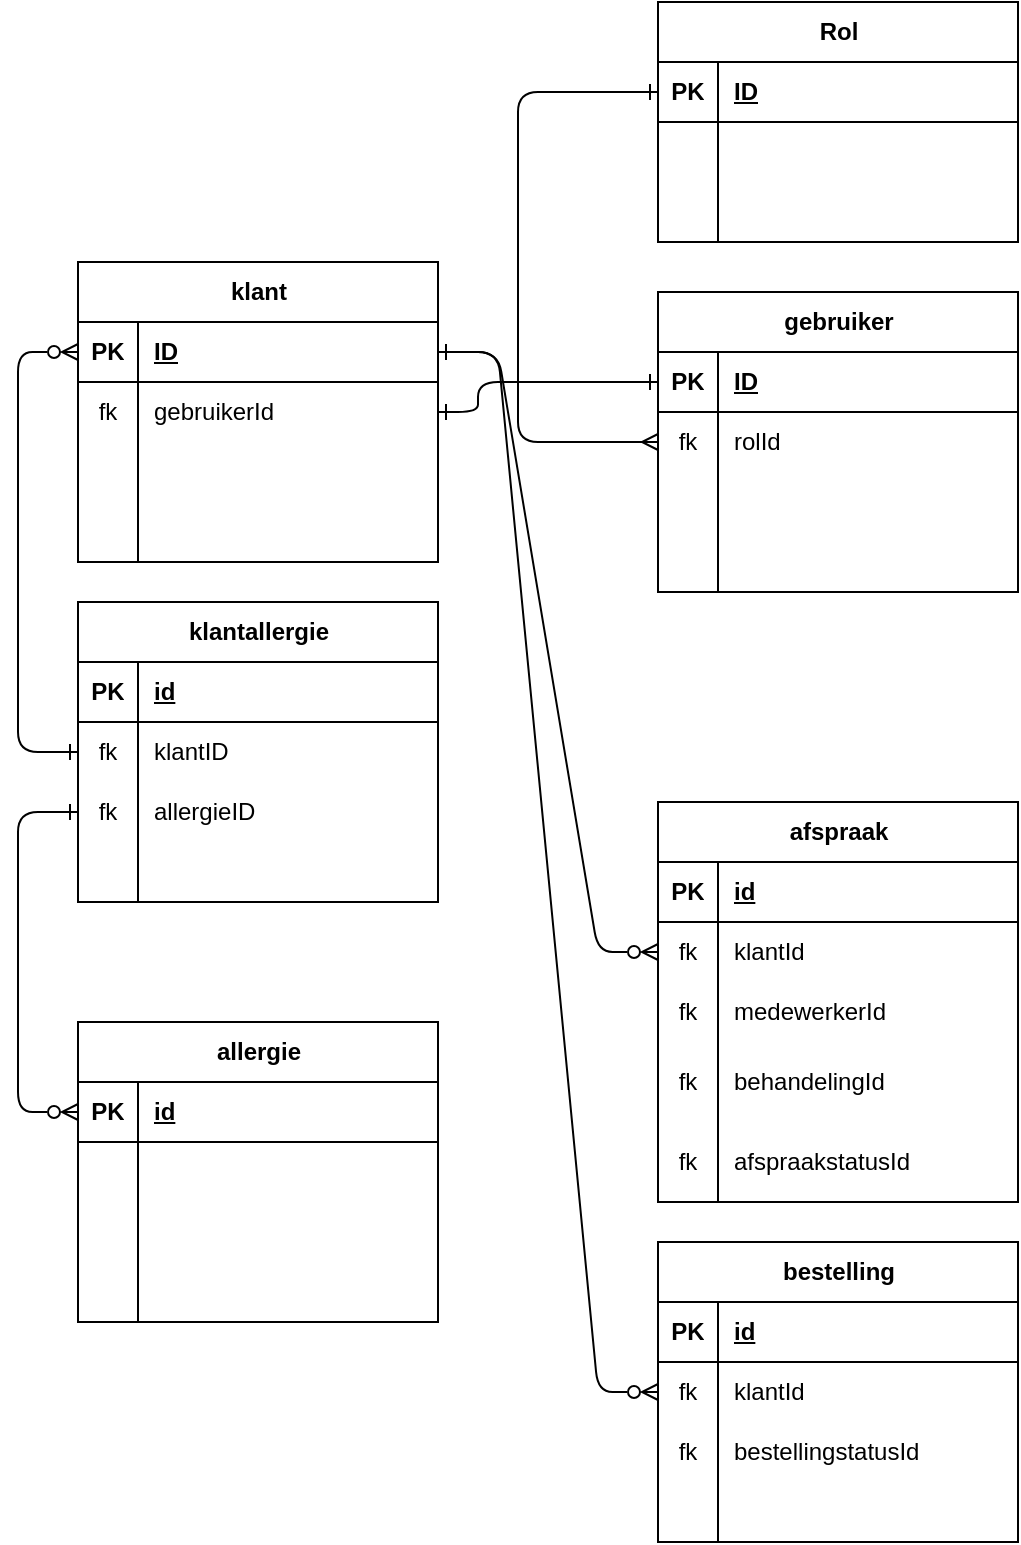
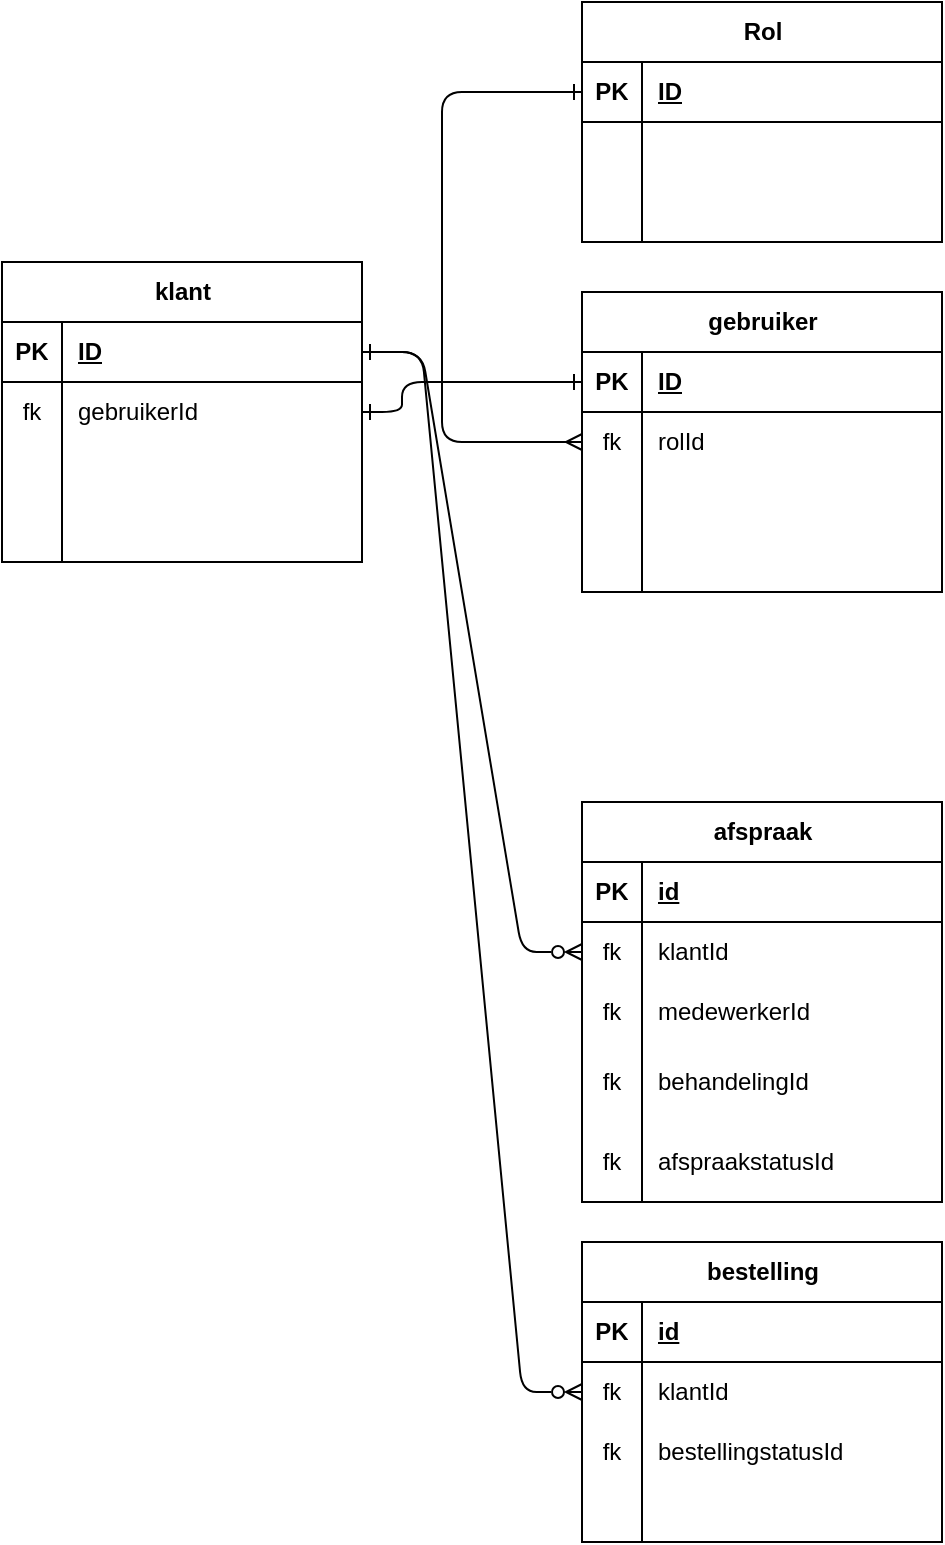
<mxfile host="65bd71144e">
    <diagram id="H3gLuhVYFdg_8JEVHkmw" name="Page-1">
-         <mxGraphModel dx="734" dy="502" grid="1" gridSize="10" guides="1" tooltips="1" connect="1" arrows="1" fold="1" page="1" pageScale="1" pageWidth="850" pageHeight="1100" math="0" shadow="0">
+         <mxGraphModel dx="1135" dy="420" grid="1" gridSize="10" guides="1" tooltips="1" connect="1" arrows="1" fold="1" page="1" pageScale="1" pageWidth="850" pageHeight="1100" math="0" shadow="0">
            <root>
                <mxCell id="0"/>
                <mxCell id="1" parent="0"/>
                <mxCell id="2" value="Rol" style="shape=table;startSize=30;container=1;collapsible=1;childLayout=tableLayout;fixedRows=1;rowLines=0;fontStyle=1;align=center;resizeLast=1;html=1;" vertex="1" parent="1">
                    <mxGeometry x="930" y="100" width="180" height="120" as="geometry"/>
                </mxCell>
                <mxCell id="3" value="" style="shape=tableRow;horizontal=0;startSize=0;swimlaneHead=0;swimlaneBody=0;fillColor=none;collapsible=0;dropTarget=0;points=[[0,0.5],[1,0.5]];portConstraint=eastwest;top=0;left=0;right=0;bottom=1;" vertex="1" parent="2">
                    <mxGeometry y="30" width="180" height="30" as="geometry"/>
                </mxCell>
                <mxCell id="4" value="PK" style="shape=partialRectangle;connectable=0;fillColor=none;top=0;left=0;bottom=0;right=0;fontStyle=1;overflow=hidden;whiteSpace=wrap;html=1;" vertex="1" parent="3">
                    <mxGeometry width="30" height="30" as="geometry">
                        <mxRectangle width="30" height="30" as="alternateBounds"/>
                    </mxGeometry>
                </mxCell>
                <mxCell id="5" value="ID" style="shape=partialRectangle;connectable=0;fillColor=none;top=0;left=0;bottom=0;right=0;align=left;spacingLeft=6;fontStyle=5;overflow=hidden;whiteSpace=wrap;html=1;" vertex="1" parent="3">
                    <mxGeometry x="30" width="150" height="30" as="geometry">
                        <mxRectangle width="150" height="30" as="alternateBounds"/>
                    </mxGeometry>
                </mxCell>
                <mxCell id="6" value="" style="shape=tableRow;horizontal=0;startSize=0;swimlaneHead=0;swimlaneBody=0;fillColor=none;collapsible=0;dropTarget=0;points=[[0,0.5],[1,0.5]];portConstraint=eastwest;top=0;left=0;right=0;bottom=0;" vertex="1" parent="2">
                    <mxGeometry y="60" width="180" height="30" as="geometry"/>
                </mxCell>
                <mxCell id="7" value="" style="shape=partialRectangle;connectable=0;fillColor=none;top=0;left=0;bottom=0;right=0;editable=1;overflow=hidden;whiteSpace=wrap;html=1;" vertex="1" parent="6">
                    <mxGeometry width="30" height="30" as="geometry">
                        <mxRectangle width="30" height="30" as="alternateBounds"/>
                    </mxGeometry>
                </mxCell>
                <mxCell id="8" value="" style="shape=partialRectangle;connectable=0;fillColor=none;top=0;left=0;bottom=0;right=0;align=left;spacingLeft=6;overflow=hidden;whiteSpace=wrap;html=1;" vertex="1" parent="6">
                    <mxGeometry x="30" width="150" height="30" as="geometry">
                        <mxRectangle width="150" height="30" as="alternateBounds"/>
                    </mxGeometry>
                </mxCell>
                <mxCell id="9" value="" style="shape=tableRow;horizontal=0;startSize=0;swimlaneHead=0;swimlaneBody=0;fillColor=none;collapsible=0;dropTarget=0;points=[[0,0.5],[1,0.5]];portConstraint=eastwest;top=0;left=0;right=0;bottom=0;" vertex="1" parent="2">
                    <mxGeometry y="90" width="180" height="30" as="geometry"/>
                </mxCell>
                <mxCell id="10" value="" style="shape=partialRectangle;connectable=0;fillColor=none;top=0;left=0;bottom=0;right=0;editable=1;overflow=hidden;whiteSpace=wrap;html=1;" vertex="1" parent="9">
                    <mxGeometry width="30" height="30" as="geometry">
                        <mxRectangle width="30" height="30" as="alternateBounds"/>
                    </mxGeometry>
                </mxCell>
                <mxCell id="11" value="" style="shape=partialRectangle;connectable=0;fillColor=none;top=0;left=0;bottom=0;right=0;align=left;spacingLeft=6;overflow=hidden;whiteSpace=wrap;html=1;" vertex="1" parent="9">
                    <mxGeometry x="30" width="150" height="30" as="geometry">
                        <mxRectangle width="150" height="30" as="alternateBounds"/>
                    </mxGeometry>
                </mxCell>
                <mxCell id="12" value="klant" style="shape=table;startSize=30;container=1;collapsible=1;childLayout=tableLayout;fixedRows=1;rowLines=0;fontStyle=1;align=center;resizeLast=1;html=1;" vertex="1" parent="1">
                    <mxGeometry x="640" y="230" width="180" height="150" as="geometry"/>
                </mxCell>
                <mxCell id="13" value="" style="shape=tableRow;horizontal=0;startSize=0;swimlaneHead=0;swimlaneBody=0;fillColor=none;collapsible=0;dropTarget=0;points=[[0,0.5],[1,0.5]];portConstraint=eastwest;top=0;left=0;right=0;bottom=1;" vertex="1" parent="12">
                    <mxGeometry y="30" width="180" height="30" as="geometry"/>
                </mxCell>
                <mxCell id="14" value="PK" style="shape=partialRectangle;connectable=0;fillColor=none;top=0;left=0;bottom=0;right=0;fontStyle=1;overflow=hidden;whiteSpace=wrap;html=1;" vertex="1" parent="13">
                    <mxGeometry width="30" height="30" as="geometry">
                        <mxRectangle width="30" height="30" as="alternateBounds"/>
                    </mxGeometry>
                </mxCell>
                <mxCell id="15" value="ID" style="shape=partialRectangle;connectable=0;fillColor=none;top=0;left=0;bottom=0;right=0;align=left;spacingLeft=6;fontStyle=5;overflow=hidden;whiteSpace=wrap;html=1;" vertex="1" parent="13">
                    <mxGeometry x="30" width="150" height="30" as="geometry">
                        <mxRectangle width="150" height="30" as="alternateBounds"/>
                    </mxGeometry>
                </mxCell>
                <mxCell id="16" value="" style="shape=tableRow;horizontal=0;startSize=0;swimlaneHead=0;swimlaneBody=0;fillColor=none;collapsible=0;dropTarget=0;points=[[0,0.5],[1,0.5]];portConstraint=eastwest;top=0;left=0;right=0;bottom=0;" vertex="1" parent="12">
                    <mxGeometry y="60" width="180" height="30" as="geometry"/>
                </mxCell>
                <mxCell id="17" value="fk" style="shape=partialRectangle;connectable=0;fillColor=none;top=0;left=0;bottom=0;right=0;editable=1;overflow=hidden;whiteSpace=wrap;html=1;" vertex="1" parent="16">
                    <mxGeometry width="30" height="30" as="geometry">
                        <mxRectangle width="30" height="30" as="alternateBounds"/>
                    </mxGeometry>
                </mxCell>
                <mxCell id="18" value="gebruikerId" style="shape=partialRectangle;connectable=0;fillColor=none;top=0;left=0;bottom=0;right=0;align=left;spacingLeft=6;overflow=hidden;whiteSpace=wrap;html=1;" vertex="1" parent="16">
                    <mxGeometry x="30" width="150" height="30" as="geometry">
                        <mxRectangle width="150" height="30" as="alternateBounds"/>
                    </mxGeometry>
                </mxCell>
                <mxCell id="19" value="" style="shape=tableRow;horizontal=0;startSize=0;swimlaneHead=0;swimlaneBody=0;fillColor=none;collapsible=0;dropTarget=0;points=[[0,0.5],[1,0.5]];portConstraint=eastwest;top=0;left=0;right=0;bottom=0;" vertex="1" parent="12">
                    <mxGeometry y="90" width="180" height="30" as="geometry"/>
                </mxCell>
                <mxCell id="20" value="" style="shape=partialRectangle;connectable=0;fillColor=none;top=0;left=0;bottom=0;right=0;editable=1;overflow=hidden;whiteSpace=wrap;html=1;" vertex="1" parent="19">
                    <mxGeometry width="30" height="30" as="geometry">
                        <mxRectangle width="30" height="30" as="alternateBounds"/>
                    </mxGeometry>
                </mxCell>
                <mxCell id="21" value="" style="shape=partialRectangle;connectable=0;fillColor=none;top=0;left=0;bottom=0;right=0;align=left;spacingLeft=6;overflow=hidden;whiteSpace=wrap;html=1;" vertex="1" parent="19">
                    <mxGeometry x="30" width="150" height="30" as="geometry">
                        <mxRectangle width="150" height="30" as="alternateBounds"/>
                    </mxGeometry>
                </mxCell>
                <mxCell id="22" value="" style="shape=tableRow;horizontal=0;startSize=0;swimlaneHead=0;swimlaneBody=0;fillColor=none;collapsible=0;dropTarget=0;points=[[0,0.5],[1,0.5]];portConstraint=eastwest;top=0;left=0;right=0;bottom=0;" vertex="1" parent="12">
                    <mxGeometry y="120" width="180" height="30" as="geometry"/>
                </mxCell>
                <mxCell id="23" value="" style="shape=partialRectangle;connectable=0;fillColor=none;top=0;left=0;bottom=0;right=0;editable=1;overflow=hidden;whiteSpace=wrap;html=1;" vertex="1" parent="22">
                    <mxGeometry width="30" height="30" as="geometry">
                        <mxRectangle width="30" height="30" as="alternateBounds"/>
                    </mxGeometry>
                </mxCell>
                <mxCell id="24" value="" style="shape=partialRectangle;connectable=0;fillColor=none;top=0;left=0;bottom=0;right=0;align=left;spacingLeft=6;overflow=hidden;whiteSpace=wrap;html=1;" vertex="1" parent="22">
                    <mxGeometry x="30" width="150" height="30" as="geometry">
                        <mxRectangle width="150" height="30" as="alternateBounds"/>
                    </mxGeometry>
                </mxCell>
                <mxCell id="25" value="gebruiker" style="shape=table;startSize=30;container=1;collapsible=1;childLayout=tableLayout;fixedRows=1;rowLines=0;fontStyle=1;align=center;resizeLast=1;html=1;" vertex="1" parent="1">
                    <mxGeometry x="930" y="245" width="180" height="150" as="geometry"/>
                </mxCell>
                <mxCell id="26" value="" style="shape=tableRow;horizontal=0;startSize=0;swimlaneHead=0;swimlaneBody=0;fillColor=none;collapsible=0;dropTarget=0;points=[[0,0.5],[1,0.5]];portConstraint=eastwest;top=0;left=0;right=0;bottom=1;" vertex="1" parent="25">
                    <mxGeometry y="30" width="180" height="30" as="geometry"/>
                </mxCell>
                <mxCell id="27" value="PK" style="shape=partialRectangle;connectable=0;fillColor=none;top=0;left=0;bottom=0;right=0;fontStyle=1;overflow=hidden;whiteSpace=wrap;html=1;" vertex="1" parent="26">
                    <mxGeometry width="30" height="30" as="geometry">
                        <mxRectangle width="30" height="30" as="alternateBounds"/>
                    </mxGeometry>
                </mxCell>
                <mxCell id="28" value="ID" style="shape=partialRectangle;connectable=0;fillColor=none;top=0;left=0;bottom=0;right=0;align=left;spacingLeft=6;fontStyle=5;overflow=hidden;whiteSpace=wrap;html=1;" vertex="1" parent="26">
                    <mxGeometry x="30" width="150" height="30" as="geometry">
                        <mxRectangle width="150" height="30" as="alternateBounds"/>
                    </mxGeometry>
                </mxCell>
                <mxCell id="29" value="" style="shape=tableRow;horizontal=0;startSize=0;swimlaneHead=0;swimlaneBody=0;fillColor=none;collapsible=0;dropTarget=0;points=[[0,0.5],[1,0.5]];portConstraint=eastwest;top=0;left=0;right=0;bottom=0;" vertex="1" parent="25">
                    <mxGeometry y="60" width="180" height="30" as="geometry"/>
                </mxCell>
                <mxCell id="30" value="fk" style="shape=partialRectangle;connectable=0;fillColor=none;top=0;left=0;bottom=0;right=0;editable=1;overflow=hidden;whiteSpace=wrap;html=1;" vertex="1" parent="29">
                    <mxGeometry width="30" height="30" as="geometry">
                        <mxRectangle width="30" height="30" as="alternateBounds"/>
                    </mxGeometry>
                </mxCell>
                <mxCell id="31" value="rolId" style="shape=partialRectangle;connectable=0;fillColor=none;top=0;left=0;bottom=0;right=0;align=left;spacingLeft=6;overflow=hidden;whiteSpace=wrap;html=1;" vertex="1" parent="29">
                    <mxGeometry x="30" width="150" height="30" as="geometry">
                        <mxRectangle width="150" height="30" as="alternateBounds"/>
                    </mxGeometry>
                </mxCell>
                <mxCell id="32" value="" style="shape=tableRow;horizontal=0;startSize=0;swimlaneHead=0;swimlaneBody=0;fillColor=none;collapsible=0;dropTarget=0;points=[[0,0.5],[1,0.5]];portConstraint=eastwest;top=0;left=0;right=0;bottom=0;" vertex="1" parent="25">
                    <mxGeometry y="90" width="180" height="30" as="geometry"/>
                </mxCell>
                <mxCell id="33" value="" style="shape=partialRectangle;connectable=0;fillColor=none;top=0;left=0;bottom=0;right=0;editable=1;overflow=hidden;whiteSpace=wrap;html=1;" vertex="1" parent="32">
                    <mxGeometry width="30" height="30" as="geometry">
                        <mxRectangle width="30" height="30" as="alternateBounds"/>
                    </mxGeometry>
                </mxCell>
                <mxCell id="34" value="" style="shape=partialRectangle;connectable=0;fillColor=none;top=0;left=0;bottom=0;right=0;align=left;spacingLeft=6;overflow=hidden;whiteSpace=wrap;html=1;" vertex="1" parent="32">
                    <mxGeometry x="30" width="150" height="30" as="geometry">
                        <mxRectangle width="150" height="30" as="alternateBounds"/>
                    </mxGeometry>
                </mxCell>
                <mxCell id="35" value="" style="shape=tableRow;horizontal=0;startSize=0;swimlaneHead=0;swimlaneBody=0;fillColor=none;collapsible=0;dropTarget=0;points=[[0,0.5],[1,0.5]];portConstraint=eastwest;top=0;left=0;right=0;bottom=0;" vertex="1" parent="25">
                    <mxGeometry y="120" width="180" height="30" as="geometry"/>
                </mxCell>
                <mxCell id="36" value="" style="shape=partialRectangle;connectable=0;fillColor=none;top=0;left=0;bottom=0;right=0;editable=1;overflow=hidden;whiteSpace=wrap;html=1;" vertex="1" parent="35">
                    <mxGeometry width="30" height="30" as="geometry">
                        <mxRectangle width="30" height="30" as="alternateBounds"/>
                    </mxGeometry>
                </mxCell>
                <mxCell id="37" value="" style="shape=partialRectangle;connectable=0;fillColor=none;top=0;left=0;bottom=0;right=0;align=left;spacingLeft=6;overflow=hidden;whiteSpace=wrap;html=1;" vertex="1" parent="35">
-                     <mxGeometry x="30" width="150" height="30" as="geometry">
-                         <mxRectangle width="150" height="30" as="alternateBounds"/>
-                     </mxGeometry>
-                 </mxCell>
-                 <mxCell id="51" value="allergie" style="shape=table;startSize=30;container=1;collapsible=1;childLayout=tableLayout;fixedRows=1;rowLines=0;fontStyle=1;align=center;resizeLast=1;html=1;" vertex="1" parent="1">
-                     <mxGeometry x="640" y="610" width="180" height="150" as="geometry"/>
-                 </mxCell>
-                 <mxCell id="52" value="" style="shape=tableRow;horizontal=0;startSize=0;swimlaneHead=0;swimlaneBody=0;fillColor=none;collapsible=0;dropTarget=0;points=[[0,0.5],[1,0.5]];portConstraint=eastwest;top=0;left=0;right=0;bottom=1;" vertex="1" parent="51">
-                     <mxGeometry y="30" width="180" height="30" as="geometry"/>
-                 </mxCell>
-                 <mxCell id="53" value="PK" style="shape=partialRectangle;connectable=0;fillColor=none;top=0;left=0;bottom=0;right=0;fontStyle=1;overflow=hidden;whiteSpace=wrap;html=1;" vertex="1" parent="52">
-                     <mxGeometry width="30" height="30" as="geometry">
-                         <mxRectangle width="30" height="30" as="alternateBounds"/>
-                     </mxGeometry>
-                 </mxCell>
-                 <mxCell id="54" value="id" style="shape=partialRectangle;connectable=0;fillColor=none;top=0;left=0;bottom=0;right=0;align=left;spacingLeft=6;fontStyle=5;overflow=hidden;whiteSpace=wrap;html=1;" vertex="1" parent="52">
-                     <mxGeometry x="30" width="150" height="30" as="geometry">
-                         <mxRectangle width="150" height="30" as="alternateBounds"/>
-                     </mxGeometry>
-                 </mxCell>
-                 <mxCell id="55" value="" style="shape=tableRow;horizontal=0;startSize=0;swimlaneHead=0;swimlaneBody=0;fillColor=none;collapsible=0;dropTarget=0;points=[[0,0.5],[1,0.5]];portConstraint=eastwest;top=0;left=0;right=0;bottom=0;" vertex="1" parent="51">
-                     <mxGeometry y="60" width="180" height="30" as="geometry"/>
-                 </mxCell>
-                 <mxCell id="56" value="" style="shape=partialRectangle;connectable=0;fillColor=none;top=0;left=0;bottom=0;right=0;editable=1;overflow=hidden;whiteSpace=wrap;html=1;" vertex="1" parent="55">
-                     <mxGeometry width="30" height="30" as="geometry">
-                         <mxRectangle width="30" height="30" as="alternateBounds"/>
-                     </mxGeometry>
-                 </mxCell>
-                 <mxCell id="57" value="" style="shape=partialRectangle;connectable=0;fillColor=none;top=0;left=0;bottom=0;right=0;align=left;spacingLeft=6;overflow=hidden;whiteSpace=wrap;html=1;" vertex="1" parent="55">
-                     <mxGeometry x="30" width="150" height="30" as="geometry">
-                         <mxRectangle width="150" height="30" as="alternateBounds"/>
-                     </mxGeometry>
-                 </mxCell>
-                 <mxCell id="58" value="" style="shape=tableRow;horizontal=0;startSize=0;swimlaneHead=0;swimlaneBody=0;fillColor=none;collapsible=0;dropTarget=0;points=[[0,0.5],[1,0.5]];portConstraint=eastwest;top=0;left=0;right=0;bottom=0;" vertex="1" parent="51">
-                     <mxGeometry y="90" width="180" height="30" as="geometry"/>
-                 </mxCell>
-                 <mxCell id="59" value="" style="shape=partialRectangle;connectable=0;fillColor=none;top=0;left=0;bottom=0;right=0;editable=1;overflow=hidden;whiteSpace=wrap;html=1;" vertex="1" parent="58">
-                     <mxGeometry width="30" height="30" as="geometry">
-                         <mxRectangle width="30" height="30" as="alternateBounds"/>
-                     </mxGeometry>
-                 </mxCell>
-                 <mxCell id="60" value="" style="shape=partialRectangle;connectable=0;fillColor=none;top=0;left=0;bottom=0;right=0;align=left;spacingLeft=6;overflow=hidden;whiteSpace=wrap;html=1;" vertex="1" parent="58">
-                     <mxGeometry x="30" width="150" height="30" as="geometry">
-                         <mxRectangle width="150" height="30" as="alternateBounds"/>
-                     </mxGeometry>
-                 </mxCell>
-                 <mxCell id="61" value="" style="shape=tableRow;horizontal=0;startSize=0;swimlaneHead=0;swimlaneBody=0;fillColor=none;collapsible=0;dropTarget=0;points=[[0,0.5],[1,0.5]];portConstraint=eastwest;top=0;left=0;right=0;bottom=0;" vertex="1" parent="51">
-                     <mxGeometry y="120" width="180" height="30" as="geometry"/>
-                 </mxCell>
-                 <mxCell id="62" value="" style="shape=partialRectangle;connectable=0;fillColor=none;top=0;left=0;bottom=0;right=0;editable=1;overflow=hidden;whiteSpace=wrap;html=1;" vertex="1" parent="61">
-                     <mxGeometry width="30" height="30" as="geometry">
-                         <mxRectangle width="30" height="30" as="alternateBounds"/>
-                     </mxGeometry>
-                 </mxCell>
-                 <mxCell id="63" value="" style="shape=partialRectangle;connectable=0;fillColor=none;top=0;left=0;bottom=0;right=0;align=left;spacingLeft=6;overflow=hidden;whiteSpace=wrap;html=1;" vertex="1" parent="61">
-                     <mxGeometry x="30" width="150" height="30" as="geometry">
-                         <mxRectangle width="150" height="30" as="alternateBounds"/>
-                     </mxGeometry>
-                 </mxCell>
-                 <mxCell id="64" value="klantallergie" style="shape=table;startSize=30;container=1;collapsible=1;childLayout=tableLayout;fixedRows=1;rowLines=0;fontStyle=1;align=center;resizeLast=1;html=1;" vertex="1" parent="1">
-                     <mxGeometry x="640" y="400" width="180" height="150" as="geometry"/>
-                 </mxCell>
-                 <mxCell id="65" value="" style="shape=tableRow;horizontal=0;startSize=0;swimlaneHead=0;swimlaneBody=0;fillColor=none;collapsible=0;dropTarget=0;points=[[0,0.5],[1,0.5]];portConstraint=eastwest;top=0;left=0;right=0;bottom=1;" vertex="1" parent="64">
-                     <mxGeometry y="30" width="180" height="30" as="geometry"/>
-                 </mxCell>
-                 <mxCell id="66" value="PK" style="shape=partialRectangle;connectable=0;fillColor=none;top=0;left=0;bottom=0;right=0;fontStyle=1;overflow=hidden;whiteSpace=wrap;html=1;" vertex="1" parent="65">
-                     <mxGeometry width="30" height="30" as="geometry">
-                         <mxRectangle width="30" height="30" as="alternateBounds"/>
-                     </mxGeometry>
-                 </mxCell>
-                 <mxCell id="67" value="id&lt;span style=&quot;white-space: pre;&quot;&gt;&#x9;&lt;/span&gt;" style="shape=partialRectangle;connectable=0;fillColor=none;top=0;left=0;bottom=0;right=0;align=left;spacingLeft=6;fontStyle=5;overflow=hidden;whiteSpace=wrap;html=1;" vertex="1" parent="65">
-                     <mxGeometry x="30" width="150" height="30" as="geometry">
-                         <mxRectangle width="150" height="30" as="alternateBounds"/>
-                     </mxGeometry>
-                 </mxCell>
-                 <mxCell id="68" value="" style="shape=tableRow;horizontal=0;startSize=0;swimlaneHead=0;swimlaneBody=0;fillColor=none;collapsible=0;dropTarget=0;points=[[0,0.5],[1,0.5]];portConstraint=eastwest;top=0;left=0;right=0;bottom=0;" vertex="1" parent="64">
-                     <mxGeometry y="60" width="180" height="30" as="geometry"/>
-                 </mxCell>
-                 <mxCell id="69" value="fk" style="shape=partialRectangle;connectable=0;fillColor=none;top=0;left=0;bottom=0;right=0;editable=1;overflow=hidden;whiteSpace=wrap;html=1;" vertex="1" parent="68">
-                     <mxGeometry width="30" height="30" as="geometry">
-                         <mxRectangle width="30" height="30" as="alternateBounds"/>
-                     </mxGeometry>
-                 </mxCell>
-                 <mxCell id="70" value="klantID" style="shape=partialRectangle;connectable=0;fillColor=none;top=0;left=0;bottom=0;right=0;align=left;spacingLeft=6;overflow=hidden;whiteSpace=wrap;html=1;" vertex="1" parent="68">
-                     <mxGeometry x="30" width="150" height="30" as="geometry">
-                         <mxRectangle width="150" height="30" as="alternateBounds"/>
-                     </mxGeometry>
-                 </mxCell>
-                 <mxCell id="71" value="" style="shape=tableRow;horizontal=0;startSize=0;swimlaneHead=0;swimlaneBody=0;fillColor=none;collapsible=0;dropTarget=0;points=[[0,0.5],[1,0.5]];portConstraint=eastwest;top=0;left=0;right=0;bottom=0;" vertex="1" parent="64">
-                     <mxGeometry y="90" width="180" height="30" as="geometry"/>
-                 </mxCell>
-                 <mxCell id="72" value="fk" style="shape=partialRectangle;connectable=0;fillColor=none;top=0;left=0;bottom=0;right=0;editable=1;overflow=hidden;whiteSpace=wrap;html=1;" vertex="1" parent="71">
-                     <mxGeometry width="30" height="30" as="geometry">
-                         <mxRectangle width="30" height="30" as="alternateBounds"/>
-                     </mxGeometry>
-                 </mxCell>
-                 <mxCell id="73" value="allergieID" style="shape=partialRectangle;connectable=0;fillColor=none;top=0;left=0;bottom=0;right=0;align=left;spacingLeft=6;overflow=hidden;whiteSpace=wrap;html=1;" vertex="1" parent="71">
-                     <mxGeometry x="30" width="150" height="30" as="geometry">
-                         <mxRectangle width="150" height="30" as="alternateBounds"/>
-                     </mxGeometry>
-                 </mxCell>
-                 <mxCell id="74" value="" style="shape=tableRow;horizontal=0;startSize=0;swimlaneHead=0;swimlaneBody=0;fillColor=none;collapsible=0;dropTarget=0;points=[[0,0.5],[1,0.5]];portConstraint=eastwest;top=0;left=0;right=0;bottom=0;" vertex="1" parent="64">
-                     <mxGeometry y="120" width="180" height="30" as="geometry"/>
-                 </mxCell>
-                 <mxCell id="75" value="" style="shape=partialRectangle;connectable=0;fillColor=none;top=0;left=0;bottom=0;right=0;editable=1;overflow=hidden;whiteSpace=wrap;html=1;" vertex="1" parent="74">
-                     <mxGeometry width="30" height="30" as="geometry">
-                         <mxRectangle width="30" height="30" as="alternateBounds"/>
-                     </mxGeometry>
-                 </mxCell>
-                 <mxCell id="76" value="" style="shape=partialRectangle;connectable=0;fillColor=none;top=0;left=0;bottom=0;right=0;align=left;spacingLeft=6;overflow=hidden;whiteSpace=wrap;html=1;" vertex="1" parent="74">
                    <mxGeometry x="30" width="150" height="30" as="geometry">
                        <mxRectangle width="150" height="30" as="alternateBounds"/>
                    </mxGeometry>
                </mxCell>
                <mxCell id="202" value="afspraak" style="shape=table;startSize=30;container=1;collapsible=1;childLayout=tableLayout;fixedRows=1;rowLines=0;fontStyle=1;align=center;resizeLast=1;html=1;" vertex="1" parent="1">
                    <mxGeometry x="930" y="500" width="180" height="200" as="geometry">
                        <mxRectangle x="980" y="1470" width="90" height="30" as="alternateBounds"/>
                    </mxGeometry>
                </mxCell>
                <mxCell id="203" value="" style="shape=tableRow;horizontal=0;startSize=0;swimlaneHead=0;swimlaneBody=0;fillColor=none;collapsible=0;dropTarget=0;points=[[0,0.5],[1,0.5]];portConstraint=eastwest;top=0;left=0;right=0;bottom=1;" vertex="1" parent="202">
                    <mxGeometry y="30" width="180" height="30" as="geometry"/>
                </mxCell>
                <mxCell id="204" value="PK" style="shape=partialRectangle;connectable=0;fillColor=none;top=0;left=0;bottom=0;right=0;fontStyle=1;overflow=hidden;whiteSpace=wrap;html=1;" vertex="1" parent="203">
                    <mxGeometry width="30" height="30" as="geometry">
                        <mxRectangle width="30" height="30" as="alternateBounds"/>
                    </mxGeometry>
                </mxCell>
                <mxCell id="205" value="id" style="shape=partialRectangle;connectable=0;fillColor=none;top=0;left=0;bottom=0;right=0;align=left;spacingLeft=6;fontStyle=5;overflow=hidden;whiteSpace=wrap;html=1;" vertex="1" parent="203">
                    <mxGeometry x="30" width="150" height="30" as="geometry">
                        <mxRectangle width="150" height="30" as="alternateBounds"/>
                    </mxGeometry>
                </mxCell>
                <mxCell id="206" value="" style="shape=tableRow;horizontal=0;startSize=0;swimlaneHead=0;swimlaneBody=0;fillColor=none;collapsible=0;dropTarget=0;points=[[0,0.5],[1,0.5]];portConstraint=eastwest;top=0;left=0;right=0;bottom=0;" vertex="1" parent="202">
                    <mxGeometry y="60" width="180" height="30" as="geometry"/>
                </mxCell>
                <mxCell id="207" value="fk" style="shape=partialRectangle;connectable=0;fillColor=none;top=0;left=0;bottom=0;right=0;editable=1;overflow=hidden;whiteSpace=wrap;html=1;" vertex="1" parent="206">
                    <mxGeometry width="30" height="30" as="geometry">
                        <mxRectangle width="30" height="30" as="alternateBounds"/>
                    </mxGeometry>
                </mxCell>
                <mxCell id="208" value="klantId" style="shape=partialRectangle;connectable=0;fillColor=none;top=0;left=0;bottom=0;right=0;align=left;spacingLeft=6;overflow=hidden;whiteSpace=wrap;html=1;" vertex="1" parent="206">
                    <mxGeometry x="30" width="150" height="30" as="geometry">
                        <mxRectangle width="150" height="30" as="alternateBounds"/>
                    </mxGeometry>
                </mxCell>
                <mxCell id="209" value="" style="shape=tableRow;horizontal=0;startSize=0;swimlaneHead=0;swimlaneBody=0;fillColor=none;collapsible=0;dropTarget=0;points=[[0,0.5],[1,0.5]];portConstraint=eastwest;top=0;left=0;right=0;bottom=0;" vertex="1" parent="202">
                    <mxGeometry y="90" width="180" height="30" as="geometry"/>
                </mxCell>
                <mxCell id="210" value="fk" style="shape=partialRectangle;connectable=0;fillColor=none;top=0;left=0;bottom=0;right=0;editable=1;overflow=hidden;whiteSpace=wrap;html=1;" vertex="1" parent="209">
                    <mxGeometry width="30" height="30" as="geometry">
                        <mxRectangle width="30" height="30" as="alternateBounds"/>
                    </mxGeometry>
                </mxCell>
                <mxCell id="211" value="medewerkerId" style="shape=partialRectangle;connectable=0;fillColor=none;top=0;left=0;bottom=0;right=0;align=left;spacingLeft=6;overflow=hidden;whiteSpace=wrap;html=1;" vertex="1" parent="209">
                    <mxGeometry x="30" width="150" height="30" as="geometry">
                        <mxRectangle width="150" height="30" as="alternateBounds"/>
                    </mxGeometry>
                </mxCell>
                <mxCell id="212" value="" style="shape=tableRow;horizontal=0;startSize=0;swimlaneHead=0;swimlaneBody=0;fillColor=none;collapsible=0;dropTarget=0;points=[[0,0.5],[1,0.5]];portConstraint=eastwest;top=0;left=0;right=0;bottom=0;" vertex="1" parent="202">
                    <mxGeometry y="120" width="180" height="40" as="geometry"/>
                </mxCell>
                <mxCell id="213" value="&lt;div&gt;fk&lt;/div&gt;" style="shape=partialRectangle;connectable=0;fillColor=none;top=0;left=0;bottom=0;right=0;editable=1;overflow=hidden;whiteSpace=wrap;html=1;" vertex="1" parent="212">
                    <mxGeometry width="30" height="40" as="geometry">
                        <mxRectangle width="30" height="40" as="alternateBounds"/>
                    </mxGeometry>
                </mxCell>
                <mxCell id="214" value="behandelingId" style="shape=partialRectangle;connectable=0;fillColor=none;top=0;left=0;bottom=0;right=0;align=left;spacingLeft=6;overflow=hidden;whiteSpace=wrap;html=1;" vertex="1" parent="212">
                    <mxGeometry x="30" width="150" height="40" as="geometry">
                        <mxRectangle width="150" height="40" as="alternateBounds"/>
                    </mxGeometry>
                </mxCell>
                <mxCell id="215" value="" style="shape=tableRow;horizontal=0;startSize=0;swimlaneHead=0;swimlaneBody=0;fillColor=none;collapsible=0;dropTarget=0;points=[[0,0.5],[1,0.5]];portConstraint=eastwest;top=0;left=0;right=0;bottom=0;" vertex="1" parent="202">
                    <mxGeometry y="160" width="180" height="40" as="geometry"/>
                </mxCell>
                <mxCell id="216" value="&lt;div&gt;fk&lt;/div&gt;" style="shape=partialRectangle;connectable=0;fillColor=none;top=0;left=0;bottom=0;right=0;editable=1;overflow=hidden;whiteSpace=wrap;html=1;" vertex="1" parent="215">
                    <mxGeometry width="30" height="40" as="geometry">
                        <mxRectangle width="30" height="40" as="alternateBounds"/>
                    </mxGeometry>
                </mxCell>
                <mxCell id="217" value="afspraakstatusId" style="shape=partialRectangle;connectable=0;fillColor=none;top=0;left=0;bottom=0;right=0;align=left;spacingLeft=6;overflow=hidden;whiteSpace=wrap;html=1;" vertex="1" parent="215">
                    <mxGeometry x="30" width="150" height="40" as="geometry">
                        <mxRectangle width="150" height="40" as="alternateBounds"/>
                    </mxGeometry>
                </mxCell>
                <mxCell id="218" value="bestelling" style="shape=table;startSize=30;container=1;collapsible=1;childLayout=tableLayout;fixedRows=1;rowLines=0;fontStyle=1;align=center;resizeLast=1;html=1;" vertex="1" parent="1">
                    <mxGeometry x="930" y="720" width="180" height="150" as="geometry"/>
                </mxCell>
                <mxCell id="219" value="" style="shape=tableRow;horizontal=0;startSize=0;swimlaneHead=0;swimlaneBody=0;fillColor=none;collapsible=0;dropTarget=0;points=[[0,0.5],[1,0.5]];portConstraint=eastwest;top=0;left=0;right=0;bottom=1;" vertex="1" parent="218">
                    <mxGeometry y="30" width="180" height="30" as="geometry"/>
                </mxCell>
                <mxCell id="220" value="PK" style="shape=partialRectangle;connectable=0;fillColor=none;top=0;left=0;bottom=0;right=0;fontStyle=1;overflow=hidden;whiteSpace=wrap;html=1;" vertex="1" parent="219">
                    <mxGeometry width="30" height="30" as="geometry">
                        <mxRectangle width="30" height="30" as="alternateBounds"/>
                    </mxGeometry>
                </mxCell>
                <mxCell id="221" value="id" style="shape=partialRectangle;connectable=0;fillColor=none;top=0;left=0;bottom=0;right=0;align=left;spacingLeft=6;fontStyle=5;overflow=hidden;whiteSpace=wrap;html=1;" vertex="1" parent="219">
                    <mxGeometry x="30" width="150" height="30" as="geometry">
                        <mxRectangle width="150" height="30" as="alternateBounds"/>
                    </mxGeometry>
                </mxCell>
                <mxCell id="222" value="" style="shape=tableRow;horizontal=0;startSize=0;swimlaneHead=0;swimlaneBody=0;fillColor=none;collapsible=0;dropTarget=0;points=[[0,0.5],[1,0.5]];portConstraint=eastwest;top=0;left=0;right=0;bottom=0;" vertex="1" parent="218">
                    <mxGeometry y="60" width="180" height="30" as="geometry"/>
                </mxCell>
                <mxCell id="223" value="fk" style="shape=partialRectangle;connectable=0;fillColor=none;top=0;left=0;bottom=0;right=0;editable=1;overflow=hidden;whiteSpace=wrap;html=1;" vertex="1" parent="222">
                    <mxGeometry width="30" height="30" as="geometry">
                        <mxRectangle width="30" height="30" as="alternateBounds"/>
                    </mxGeometry>
                </mxCell>
                <mxCell id="224" value="klantId" style="shape=partialRectangle;connectable=0;fillColor=none;top=0;left=0;bottom=0;right=0;align=left;spacingLeft=6;overflow=hidden;whiteSpace=wrap;html=1;" vertex="1" parent="222">
                    <mxGeometry x="30" width="150" height="30" as="geometry">
                        <mxRectangle width="150" height="30" as="alternateBounds"/>
                    </mxGeometry>
                </mxCell>
                <mxCell id="225" value="" style="shape=tableRow;horizontal=0;startSize=0;swimlaneHead=0;swimlaneBody=0;fillColor=none;collapsible=0;dropTarget=0;points=[[0,0.5],[1,0.5]];portConstraint=eastwest;top=0;left=0;right=0;bottom=0;" vertex="1" parent="218">
                    <mxGeometry y="90" width="180" height="30" as="geometry"/>
                </mxCell>
                <mxCell id="226" value="fk" style="shape=partialRectangle;connectable=0;fillColor=none;top=0;left=0;bottom=0;right=0;editable=1;overflow=hidden;whiteSpace=wrap;html=1;" vertex="1" parent="225">
                    <mxGeometry width="30" height="30" as="geometry">
                        <mxRectangle width="30" height="30" as="alternateBounds"/>
                    </mxGeometry>
                </mxCell>
                <mxCell id="227" value="bestellingstatusId" style="shape=partialRectangle;connectable=0;fillColor=none;top=0;left=0;bottom=0;right=0;align=left;spacingLeft=6;overflow=hidden;whiteSpace=wrap;html=1;" vertex="1" parent="225">
                    <mxGeometry x="30" width="150" height="30" as="geometry">
                        <mxRectangle width="150" height="30" as="alternateBounds"/>
                    </mxGeometry>
                </mxCell>
                <mxCell id="228" value="" style="shape=tableRow;horizontal=0;startSize=0;swimlaneHead=0;swimlaneBody=0;fillColor=none;collapsible=0;dropTarget=0;points=[[0,0.5],[1,0.5]];portConstraint=eastwest;top=0;left=0;right=0;bottom=0;" vertex="1" parent="218">
                    <mxGeometry y="120" width="180" height="30" as="geometry"/>
                </mxCell>
                <mxCell id="229" value="" style="shape=partialRectangle;connectable=0;fillColor=none;top=0;left=0;bottom=0;right=0;editable=1;overflow=hidden;whiteSpace=wrap;html=1;" vertex="1" parent="228">
                    <mxGeometry width="30" height="30" as="geometry">
                        <mxRectangle width="30" height="30" as="alternateBounds"/>
                    </mxGeometry>
                </mxCell>
                <mxCell id="230" value="" style="shape=partialRectangle;connectable=0;fillColor=none;top=0;left=0;bottom=0;right=0;align=left;spacingLeft=6;overflow=hidden;whiteSpace=wrap;html=1;" vertex="1" parent="228">
                    <mxGeometry x="30" width="150" height="30" as="geometry">
                        <mxRectangle width="150" height="30" as="alternateBounds"/>
                    </mxGeometry>
                </mxCell>
                <mxCell id="231" value="" style="edgeStyle=orthogonalEdgeStyle;fontSize=12;html=1;endArrow=ERone;exitX=0;exitY=0.5;exitDx=0;exitDy=0;endFill=0;startArrow=ERmany;startFill=0;entryX=0;entryY=0.5;entryDx=0;entryDy=0;" edge="1" parent="1" source="29" target="3">
                    <mxGeometry width="100" height="100" relative="1" as="geometry">
                        <mxPoint x="920" y="280" as="sourcePoint"/>
                        <mxPoint x="870" y="130" as="targetPoint"/>
                        <Array as="points">
                            <mxPoint x="860" y="320"/>
                            <mxPoint x="860" y="145"/>
                        </Array>
                    </mxGeometry>
                </mxCell>
                <mxCell id="232" value="" style="edgeStyle=orthogonalEdgeStyle;fontSize=12;html=1;endArrow=ERone;entryX=1;entryY=0.5;entryDx=0;entryDy=0;endFill=0;startArrow=ERone;startFill=0;exitX=0;exitY=0.5;exitDx=0;exitDy=0;" edge="1" parent="1" source="26" target="16">
                    <mxGeometry width="100" height="100" relative="1" as="geometry">
                        <mxPoint x="880" y="335" as="sourcePoint"/>
                        <mxPoint x="880" y="120" as="targetPoint"/>
                        <Array as="points">
                            <mxPoint x="840" y="290"/>
                            <mxPoint x="840" y="305"/>
                        </Array>
                    </mxGeometry>
                </mxCell>
-                 <mxCell id="234" value="" style="edgeStyle=orthogonalEdgeStyle;fontSize=12;html=1;endArrow=ERzeroToMany;endFill=0;entryX=0;entryY=0.5;entryDx=0;entryDy=0;startArrow=ERone;startFill=0;" edge="1" parent="1" source="68" target="13">
-                     <mxGeometry width="100" height="100" relative="1" as="geometry">
-                         <mxPoint x="650" y="470" as="sourcePoint"/>
-                         <mxPoint x="750" y="370" as="targetPoint"/>
-                         <Array as="points">
-                             <mxPoint x="610" y="475"/>
-                             <mxPoint x="610" y="275"/>
-                         </Array>
-                     </mxGeometry>
-                 </mxCell>
-                 <mxCell id="235" value="" style="edgeStyle=orthogonalEdgeStyle;fontSize=12;html=1;endArrow=ERone;endFill=1;entryX=0;entryY=0.5;entryDx=0;entryDy=0;exitX=0;exitY=0.5;exitDx=0;exitDy=0;startArrow=ERzeroToMany;startFill=0;" edge="1" parent="1" source="52" target="71">
-                     <mxGeometry width="100" height="100" relative="1" as="geometry">
-                         <mxPoint x="600" y="610" as="sourcePoint"/>
-                         <mxPoint x="700" y="510" as="targetPoint"/>
-                         <Array as="points">
-                             <mxPoint x="610" y="655"/>
-                             <mxPoint x="610" y="505"/>
-                         </Array>
-                     </mxGeometry>
-                 </mxCell>
                <mxCell id="255" value="" style="edgeStyle=entityRelationEdgeStyle;fontSize=12;html=1;endArrow=ERone;endFill=0;entryX=1;entryY=0.5;entryDx=0;entryDy=0;exitX=0;exitY=0.5;exitDx=0;exitDy=0;startArrow=ERzeroToMany;startFill=0;" edge="1" parent="1" source="206" target="13">
                    <mxGeometry width="100" height="100" relative="1" as="geometry">
                        <mxPoint x="920" y="470" as="sourcePoint"/>
                        <mxPoint x="1020" y="370" as="targetPoint"/>
                    </mxGeometry>
                </mxCell>
                <mxCell id="258" value="" style="edgeStyle=entityRelationEdgeStyle;fontSize=12;html=1;endArrow=ERone;endFill=0;exitX=0;exitY=0.5;exitDx=0;exitDy=0;startArrow=ERzeroToMany;startFill=0;entryX=1;entryY=0.5;entryDx=0;entryDy=0;" edge="1" parent="1" source="222" target="13">
                    <mxGeometry width="100" height="100" relative="1" as="geometry">
                        <mxPoint x="990" y="940" as="sourcePoint"/>
                        <mxPoint x="840" y="380" as="targetPoint"/>
                    </mxGeometry>
                </mxCell>
            </root>
        </mxGraphModel>
    </diagram>
</mxfile>
